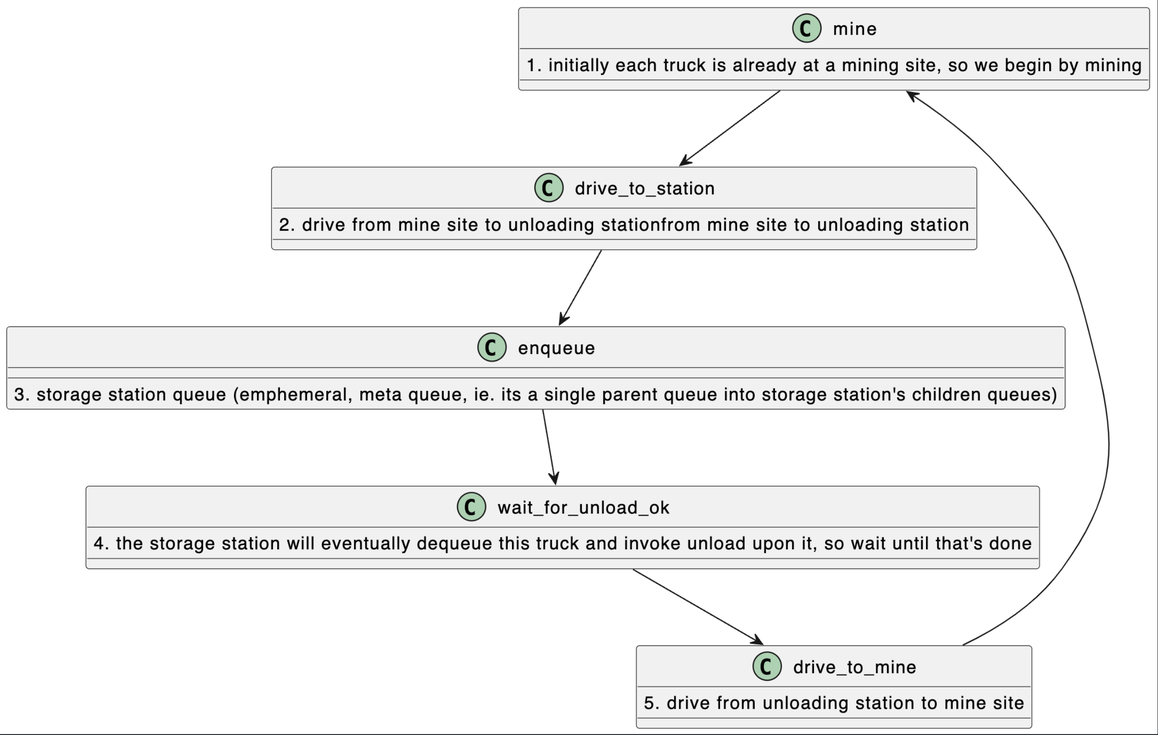
Before: images/State.png, a diagram exported from PlantUML (claytonjwong/vast). Its source is kept beside it as docs/State.puml.
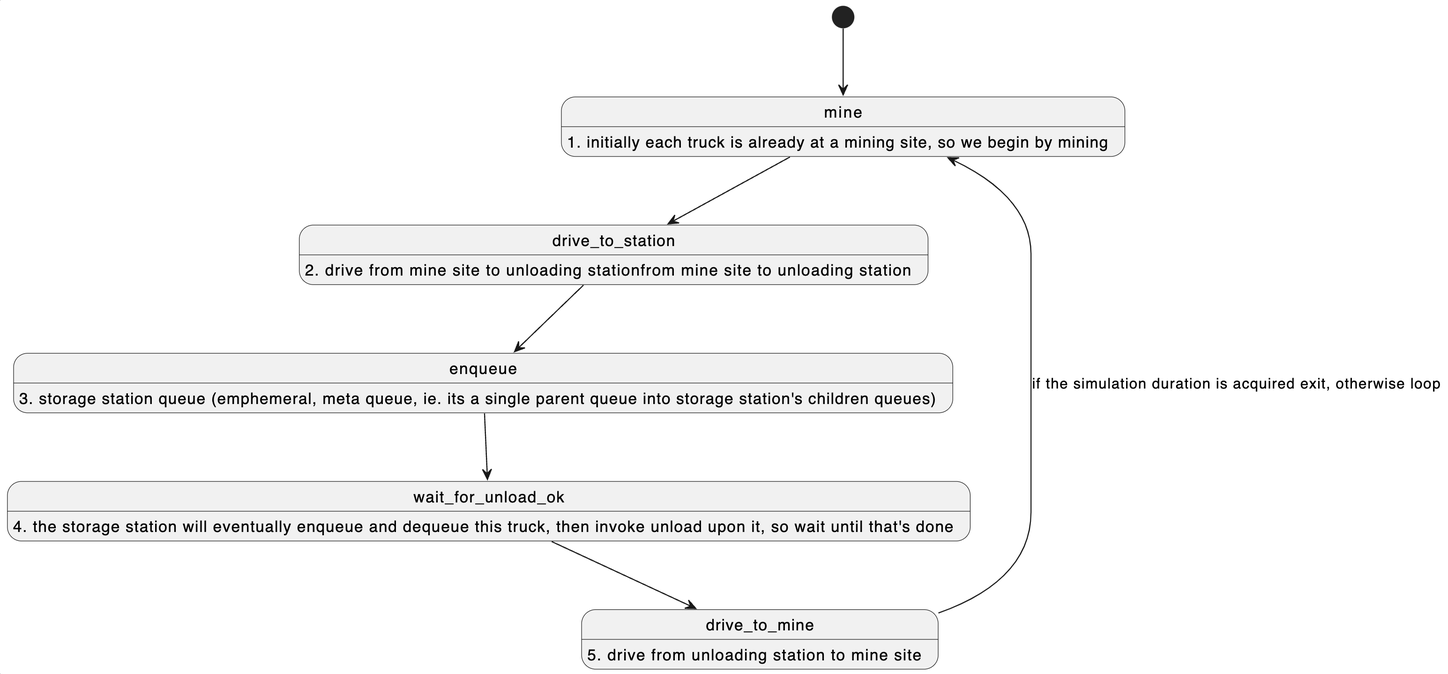
After the commit.

Commit message:
update Truck State diagram

Diff of the diagram source:
```diff
@@ -1,5 +1,6 @@
 @startuml
 
+[*] --> mine
 mine : 1. initially each truck is already at a mining site, so we begin by mining
 drive_to_station : 2. drive from mine site to unloading stationfrom mine site to unloading station
 enqueue : 3. storage station queue (emphemeral, meta queue, ie. its a single parent queue into storage station's children queues)
@@ -10,5 +11,5 @@
 drive_to_station --> enqueue
 enqueue --> wait_for_unload_ok
 wait_for_unload_ok --> drive_to_mine
-drive_to_mine --> mine
+drive_to_mine --> mine : if the simulation duration is acquired exit, otherwise loop
 @enduml
```
